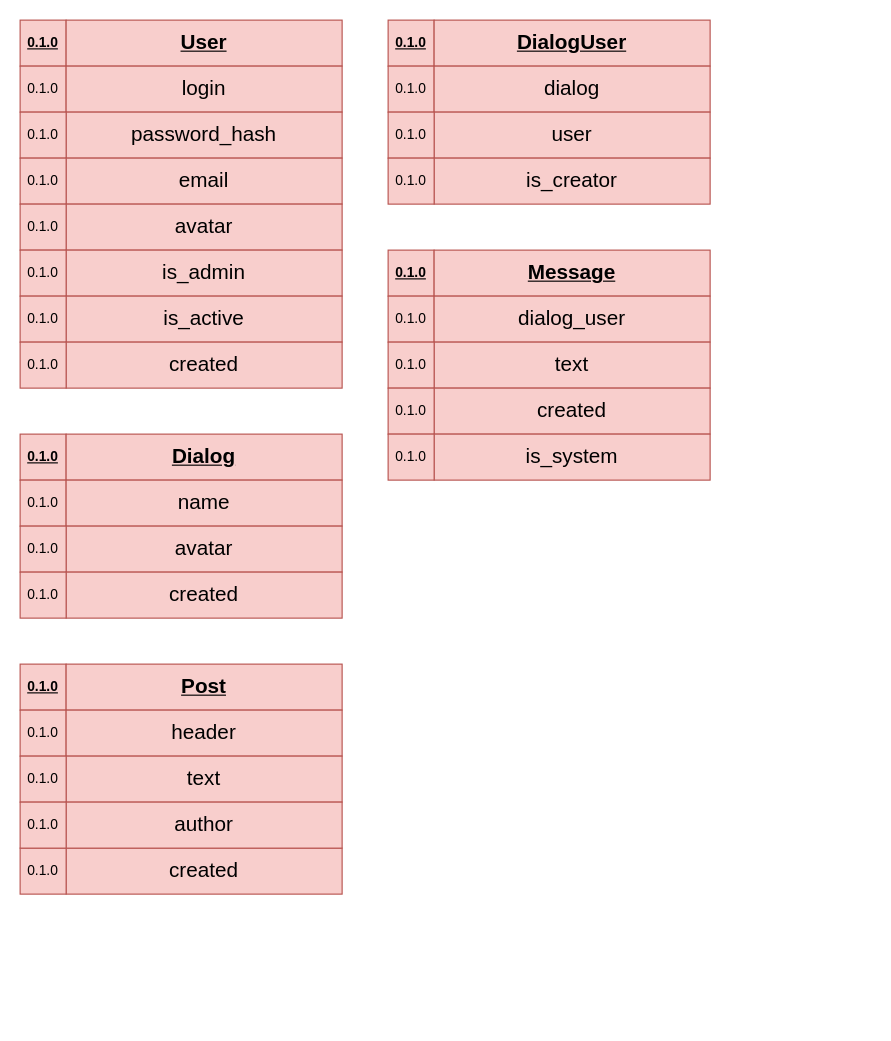
This is page "Models" (2 of 4) of docs.drawio from UlfSct/bench_be_app, a draw.io file, before an edit. Source tidied: cells renumbered, new cells numbered last; positions are measured from the earlier drawing's top-left corner, leaving out a move shared by most shapes. Both pictures are drawn from the tidied source at 115%, with x=0, y=0 at pixel (20, 20).
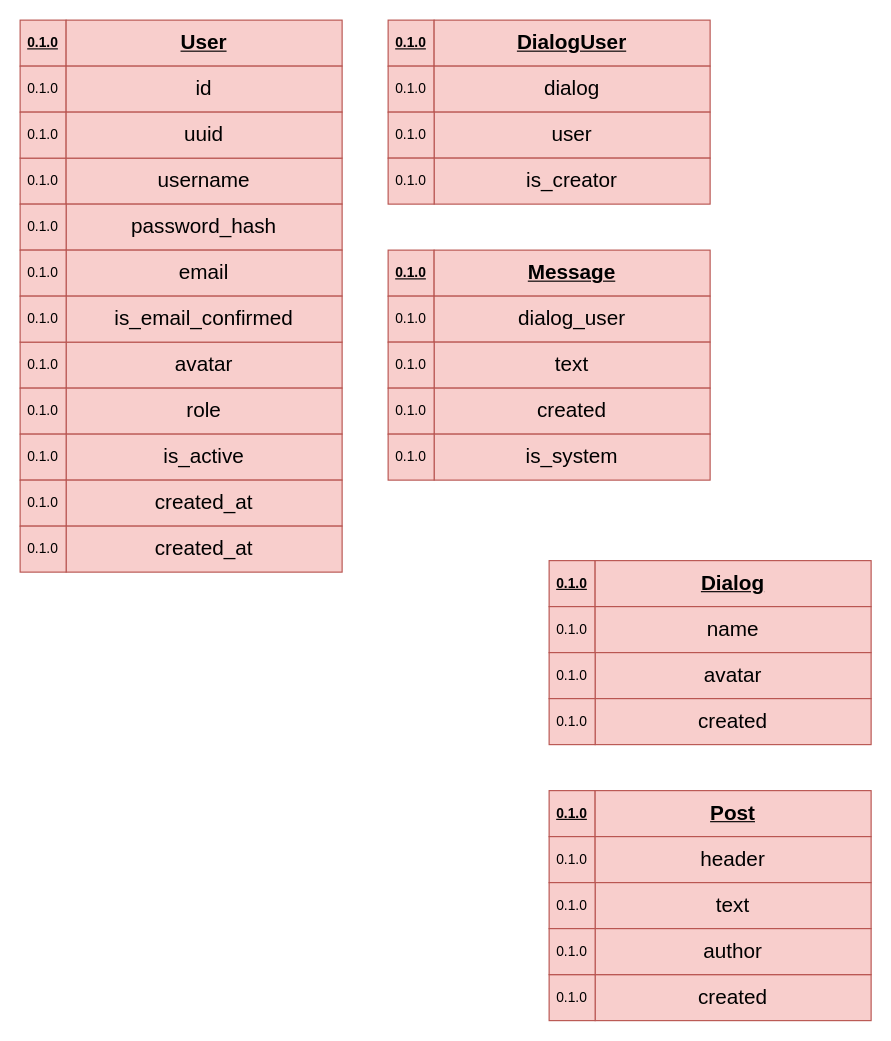
Above is the later version.

Diff of the diagram source:
```diff
@@
     <mxCell id="4" value="0.1.0" style="rounded=0;whiteSpace=wrap;html=1;fillColor=#f8cecc;strokeColor=#b85450;" parent="1" vertex="1">
-      <mxGeometry y="40" width="40" height="40" as="geometry" />
+      <mxGeometry y="120" width="40" height="40" as="geometry" />
     </mxCell>
-    <mxCell id="5" value="&lt;font style=&quot;font-size: 18px;&quot;&gt;login&lt;/font&gt;" style="rounded=0;whiteSpace=wrap;html=1;fillColor=#f8cecc;strokeColor=#b85450;" parent="1" vertex="1">
-      <mxGeometry x="40" y="40" width="240" height="40" as="geometry" />
+    <mxCell id="5" value="&lt;font style=&quot;font-size: 18px;&quot;&gt;username&lt;/font&gt;" style="rounded=0;whiteSpace=wrap;html=1;fillColor=#f8cecc;strokeColor=#b85450;" parent="1" vertex="1">
+      <mxGeometry x="40" y="120" width="240" height="40" as="geometry" />
     </mxCell>
     <mxCell id="6" value="&lt;font style=&quot;font-size: 18px;&quot;&gt;password_hash&lt;/font&gt;" style="rounded=0;whiteSpace=wrap;html=1;fillColor=#f8cecc;strokeColor=#b85450;" parent="1" vertex="1">
-      <mxGeometry x="40" y="80" width="240" height="40" as="geometry" />
+      <mxGeometry x="40" y="160" width="240" height="40" as="geometry" />
     </mxCell>
     <mxCell id="7" value="0.1.0" style="rounded=0;whiteSpace=wrap;html=1;fillColor=#f8cecc;strokeColor=#b85450;" parent="1" vertex="1">
-      <mxGeometry y="80" width="40" height="40" as="geometry" />
+      <mxGeometry y="160" width="40" height="40" as="geometry" />
     </mxCell>
     <mxCell id="8" value="&lt;font style=&quot;font-size: 18px;&quot;&gt;email&lt;/font&gt;" style="rounded=0;whiteSpace=wrap;html=1;fillColor=#f8cecc;strokeColor=#b85450;" parent="1" vertex="1">
-      <mxGeometry x="40" y="120" width="240" height="40" as="geometry" />
+      <mxGeometry x="40" y="200" width="240" height="40" as="geometry" />
     </mxCell>
     <mxCell id="9" value="0.1.0" style="rounded=0;whiteSpace=wrap;html=1;fillColor=#f8cecc;strokeColor=#b85450;" parent="1" vertex="1">
-      <mxGeometry y="120" width="40" height="40" as="geometry" />
+      <mxGeometry y="200" width="40" height="40" as="geometry" />
     </mxCell>
     <mxCell id="10" value="&lt;font style=&quot;font-size: 18px;&quot;&gt;avatar&lt;/font&gt;" style="rounded=0;whiteSpace=wrap;html=1;fillColor=#f8cecc;strokeColor=#b85450;" parent="1" vertex="1">
-      <mxGeometry x="40" y="160" width="240" height="40" as="geometry" />
+      <mxGeometry x="40" y="280" width="240" height="40" as="geometry" />
     </mxCell>
     <mxCell id="11" value="0.1.0" style="rounded=0;whiteSpace=wrap;html=1;fillColor=#f8cecc;strokeColor=#b85450;" parent="1" vertex="1">
-      <mxGeometry y="160" width="40" height="40" as="geometry" />
+      <mxGeometry y="280" width="40" height="40" as="geometry" />
     </mxCell>
     <mxCell id="12" value="0.1.0" style="rounded=0;whiteSpace=wrap;html=1;fontStyle=5;fillColor=#f8cecc;strokeColor=#b85450;" parent="1" vertex="1">
-      <mxGeometry y="360" width="40" height="40" as="geometry" />
+      <mxGeometry x="460" y="470" width="40" height="40" as="geometry" />
     </mxCell>
     <mxCell id="13" value="&lt;font style=&quot;font-size: 18px;&quot;&gt;Dialog&lt;/font&gt;" style="rounded=0;whiteSpace=wrap;html=1;fontStyle=5;fillColor=#f8cecc;strokeColor=#b85450;" parent="1" vertex="1">
-      <mxGeometry x="40" y="360" width="240" height="40" as="geometry" />
+      <mxGeometry x="500" y="470" width="240" height="40" as="geometry" />
     </mxCell>
     <mxCell id="14" value="0.1.0" style="rounded=0;whiteSpace=wrap;html=1;fillColor=#f8cecc;strokeColor=#b85450;" parent="1" vertex="1">
-      <mxGeometry y="400" width="40" height="40" as="geometry" />
+      <mxGeometry x="460" y="510" width="40" height="40" as="geometry" />
     </mxCell>
     <mxCell id="15" value="&lt;font style=&quot;font-size: 18px;&quot;&gt;name&lt;/font&gt;" style="rounded=0;whiteSpace=wrap;html=1;fillColor=#f8cecc;strokeColor=#b85450;" parent="1" vertex="1">
-      <mxGeometry x="40" y="400" width="240" height="40" as="geometry" />
+      <mxGeometry x="500" y="510" width="240" height="40" as="geometry" />
     </mxCell>
     <mxCell id="16" value="&lt;span style=&quot;font-size: 18px;&quot;&gt;avatar&lt;/span&gt;" style="rounded=0;whiteSpace=wrap;html=1;fillColor=#f8cecc;strokeColor=#b85450;" parent="1" vertex="1">
-      <mxGeometry x="40" y="440" width="240" height="40" as="geometry" />
+      <mxGeometry x="500" y="550" width="240" height="40" as="geometry" />
     </mxCell>
     <mxCell id="17" value="0.1.0" style="rounded=0;whiteSpace=wrap;html=1;fillColor=#f8cecc;strokeColor=#b85450;" parent="1" vertex="1">
-      <mxGeometry y="440" width="40" height="40" as="geometry" />
+      <mxGeometry x="460" y="550" width="40" height="40" as="geometry" />
     </mxCell>
@@
-    <mxCell id="34" value="&lt;font style=&quot;font-size: 18px;&quot;&gt;is_admin&lt;/font&gt;" style="rounded=0;whiteSpace=wrap;html=1;fillColor=#f8cecc;strokeColor=#b85450;" parent="1" vertex="1">
-      <mxGeometry x="40" y="200" width="240" height="40" as="geometry" />
+    <mxCell id="34" value="&lt;font style=&quot;font-size: 18px;&quot;&gt;role&lt;/font&gt;" style="rounded=0;whiteSpace=wrap;html=1;fillColor=#f8cecc;strokeColor=#b85450;" parent="1" vertex="1">
+      <mxGeometry x="40" y="320" width="240" height="40" as="geometry" />
     </mxCell>
     <mxCell id="35" value="0.1.0" style="rounded=0;whiteSpace=wrap;html=1;fillColor=#f8cecc;strokeColor=#b85450;" parent="1" vertex="1">
-      <mxGeometry y="200" width="40" height="40" as="geometry" />
+      <mxGeometry y="320" width="40" height="40" as="geometry" />
     </mxCell>
     <mxCell id="36" value="&lt;font style=&quot;font-size: 18px;&quot;&gt;is_active&lt;/font&gt;" style="rounded=0;whiteSpace=wrap;html=1;fillColor=#f8cecc;strokeColor=#b85450;" parent="1" vertex="1">
-      <mxGeometry x="40" y="240" width="240" height="40" as="geometry" />
+      <mxGeometry x="40" y="360" width="240" height="40" as="geometry" />
     </mxCell>
     <mxCell id="37" value="0.1.0" style="rounded=0;whiteSpace=wrap;html=1;fillColor=#f8cecc;strokeColor=#b85450;" parent="1" vertex="1">
-      <mxGeometry y="240" width="40" height="40" as="geometry" />
+      <mxGeometry y="360" width="40" height="40" as="geometry" />
     </mxCell>
@@
-    <mxCell id="40" value="&lt;span style=&quot;font-size: 18px;&quot;&gt;created&lt;/span&gt;" style="rounded=0;whiteSpace=wrap;html=1;fillColor=#f8cecc;strokeColor=#b85450;" parent="1" vertex="1">
-      <mxGeometry x="40" y="280" width="240" height="40" as="geometry" />
+    <mxCell id="40" value="&lt;span style=&quot;font-size: 18px;&quot;&gt;created_at&lt;/span&gt;" style="rounded=0;whiteSpace=wrap;html=1;fillColor=#f8cecc;strokeColor=#b85450;" parent="1" vertex="1">
+      <mxGeometry x="40" y="400" width="240" height="40" as="geometry" />
     </mxCell>
     <mxCell id="41" value="0.1.0" style="rounded=0;whiteSpace=wrap;html=1;fillColor=#f8cecc;strokeColor=#b85450;" parent="1" vertex="1">
-      <mxGeometry y="280" width="40" height="40" as="geometry" />
+      <mxGeometry y="400" width="40" height="40" as="geometry" />
     </mxCell>
     <mxCell id="42" value="0.1.0" style="rounded=0;whiteSpace=wrap;html=1;fontStyle=5;fillColor=#f8cecc;strokeColor=#b85450;" parent="1" vertex="1">
-      <mxGeometry y="560" width="40" height="40" as="geometry" />
+      <mxGeometry x="460" y="670" width="40" height="40" as="geometry" />
     </mxCell>
     <mxCell id="43" value="&lt;font style=&quot;font-size: 18px;&quot;&gt;Post&lt;/font&gt;" style="rounded=0;whiteSpace=wrap;html=1;fontStyle=5;fillColor=#f8cecc;strokeColor=#b85450;" parent="1" vertex="1">
-      <mxGeometry x="40" y="560" width="240" height="40" as="geometry" />
+      <mxGeometry x="500" y="670" width="240" height="40" as="geometry" />
     </mxCell>
     <mxCell id="44" value="0.1.0" style="rounded=0;whiteSpace=wrap;html=1;fillColor=#f8cecc;strokeColor=#b85450;" parent="1" vertex="1">
-      <mxGeometry y="600" width="40" height="40" as="geometry" />
+      <mxGeometry x="460" y="710" width="40" height="40" as="geometry" />
     </mxCell>
     <mxCell id="45" value="&lt;font style=&quot;font-size: 18px;&quot;&gt;header&lt;/font&gt;" style="rounded=0;whiteSpace=wrap;html=1;fillColor=#f8cecc;strokeColor=#b85450;" parent="1" vertex="1">
-      <mxGeometry x="40" y="600" width="240" height="40" as="geometry" />
+      <mxGeometry x="500" y="710" width="240" height="40" as="geometry" />
     </mxCell>
     <mxCell id="46" value="&lt;font style=&quot;font-size: 18px;&quot;&gt;text&lt;/font&gt;" style="rounded=0;whiteSpace=wrap;html=1;fillColor=#f8cecc;strokeColor=#b85450;" parent="1" vertex="1">
-      <mxGeometry x="40" y="640" width="240" height="40" as="geometry" />
+      <mxGeometry x="500" y="750" width="240" height="40" as="geometry" />
     </mxCell>
     <mxCell id="47" value="0.1.0" style="rounded=0;whiteSpace=wrap;html=1;fillColor=#f8cecc;strokeColor=#b85450;" parent="1" vertex="1">
-      <mxGeometry y="640" width="40" height="40" as="geometry" />
+      <mxGeometry x="460" y="750" width="40" height="40" as="geometry" />
     </mxCell>
     <mxCell id="48" value="&lt;span style=&quot;font-size: 18px;&quot;&gt;created&lt;/span&gt;" style="rounded=0;whiteSpace=wrap;html=1;fillColor=#f8cecc;strokeColor=#b85450;" parent="1" vertex="1">
-      <mxGeometry x="40" y="720" width="240" height="40" as="geometry" />
+      <mxGeometry x="500" y="830" width="240" height="40" as="geometry" />
     </mxCell>
     <mxCell id="49" value="0.1.0" style="rounded=0;whiteSpace=wrap;html=1;fillColor=#f8cecc;strokeColor=#b85450;" parent="1" vertex="1">
-      <mxGeometry y="720" width="40" height="40" as="geometry" />
+      <mxGeometry x="460" y="830" width="40" height="40" as="geometry" />
     </mxCell>
     <mxCell id="50" value="&lt;font style=&quot;font-size: 18px;&quot;&gt;author&lt;/font&gt;" style="rounded=0;whiteSpace=wrap;html=1;fillColor=#f8cecc;strokeColor=#b85450;" parent="1" vertex="1">
-      <mxGeometry x="40" y="680" width="240" height="40" as="geometry" />
+      <mxGeometry x="500" y="790" width="240" height="40" as="geometry" />
     </mxCell>
     <mxCell id="51" value="0.1.0" style="rounded=0;whiteSpace=wrap;html=1;fillColor=#f8cecc;strokeColor=#b85450;" parent="1" vertex="1">
-      <mxGeometry y="680" width="40" height="40" as="geometry" />
+      <mxGeometry x="460" y="790" width="40" height="40" as="geometry" />
     </mxCell>
     <mxCell id="52" value="&lt;span style=&quot;font-size: 18px;&quot;&gt;created&lt;/span&gt;" style="rounded=0;whiteSpace=wrap;html=1;fillColor=#f8cecc;strokeColor=#b85450;" parent="1" vertex="1">
-      <mxGeometry x="40" y="480" width="240" height="40" as="geometry" />
+      <mxGeometry x="500" y="590" width="240" height="40" as="geometry" />
     </mxCell>
     <mxCell id="53" value="0.1.0" style="rounded=0;whiteSpace=wrap;html=1;fillColor=#f8cecc;strokeColor=#b85450;" parent="1" vertex="1">
-      <mxGeometry y="480" width="40" height="40" as="geometry" />
+      <mxGeometry x="460" y="590" width="40" height="40" as="geometry" />
     </mxCell>
+    <mxCell id="54" value="0.1.0" style="rounded=0;whiteSpace=wrap;html=1;fillColor=#f8cecc;strokeColor=#b85450;" parent="1" vertex="1">
+      <mxGeometry y="40" width="40" height="40" as="geometry" />
+    </mxCell>
+    <mxCell id="55" value="&lt;span style=&quot;font-size: 18px;&quot;&gt;id&lt;/span&gt;" style="rounded=0;whiteSpace=wrap;html=1;fillColor=#f8cecc;strokeColor=#b85450;" parent="1" vertex="1">
+      <mxGeometry x="40" y="40" width="240" height="40" as="geometry" />
+    </mxCell>
+    <mxCell id="56" value="&lt;font style=&quot;font-size: 18px;&quot;&gt;is_email_confirmed&lt;/font&gt;" style="rounded=0;whiteSpace=wrap;html=1;fillColor=#f8cecc;strokeColor=#b85450;" parent="1" vertex="1">
+      <mxGeometry x="40" y="240" width="240" height="40" as="geometry" />
+    </mxCell>
+    <mxCell id="57" value="0.1.0" style="rounded=0;whiteSpace=wrap;html=1;fillColor=#f8cecc;strokeColor=#b85450;" parent="1" vertex="1">
+      <mxGeometry y="240" width="40" height="40" as="geometry" />
+    </mxCell>
+    <mxCell id="58" value="0.1.0" style="rounded=0;whiteSpace=wrap;html=1;fillColor=#f8cecc;strokeColor=#b85450;" parent="1" vertex="1">
+      <mxGeometry y="80" width="40" height="40" as="geometry" />
+    </mxCell>
+    <mxCell id="59" value="&lt;span style=&quot;font-size: 18px;&quot;&gt;uuid&lt;/span&gt;" style="rounded=0;whiteSpace=wrap;html=1;fillColor=#f8cecc;strokeColor=#b85450;" parent="1" vertex="1">
+      <mxGeometry x="40" y="80" width="240" height="40" as="geometry" />
+    </mxCell>
+    <mxCell id="60" value="&lt;span style=&quot;font-size: 18px;&quot;&gt;created_at&lt;/span&gt;" style="rounded=0;whiteSpace=wrap;html=1;fillColor=#f8cecc;strokeColor=#b85450;" parent="1" vertex="1">
+      <mxGeometry x="40" y="440" width="240" height="40" as="geometry" />
+    </mxCell>
+    <mxCell id="61" value="0.1.0" style="rounded=0;whiteSpace=wrap;html=1;fillColor=#f8cecc;strokeColor=#b85450;" parent="1" vertex="1">
+      <mxGeometry y="440" width="40" height="40" as="geometry" />
+    </mxCell>
```
